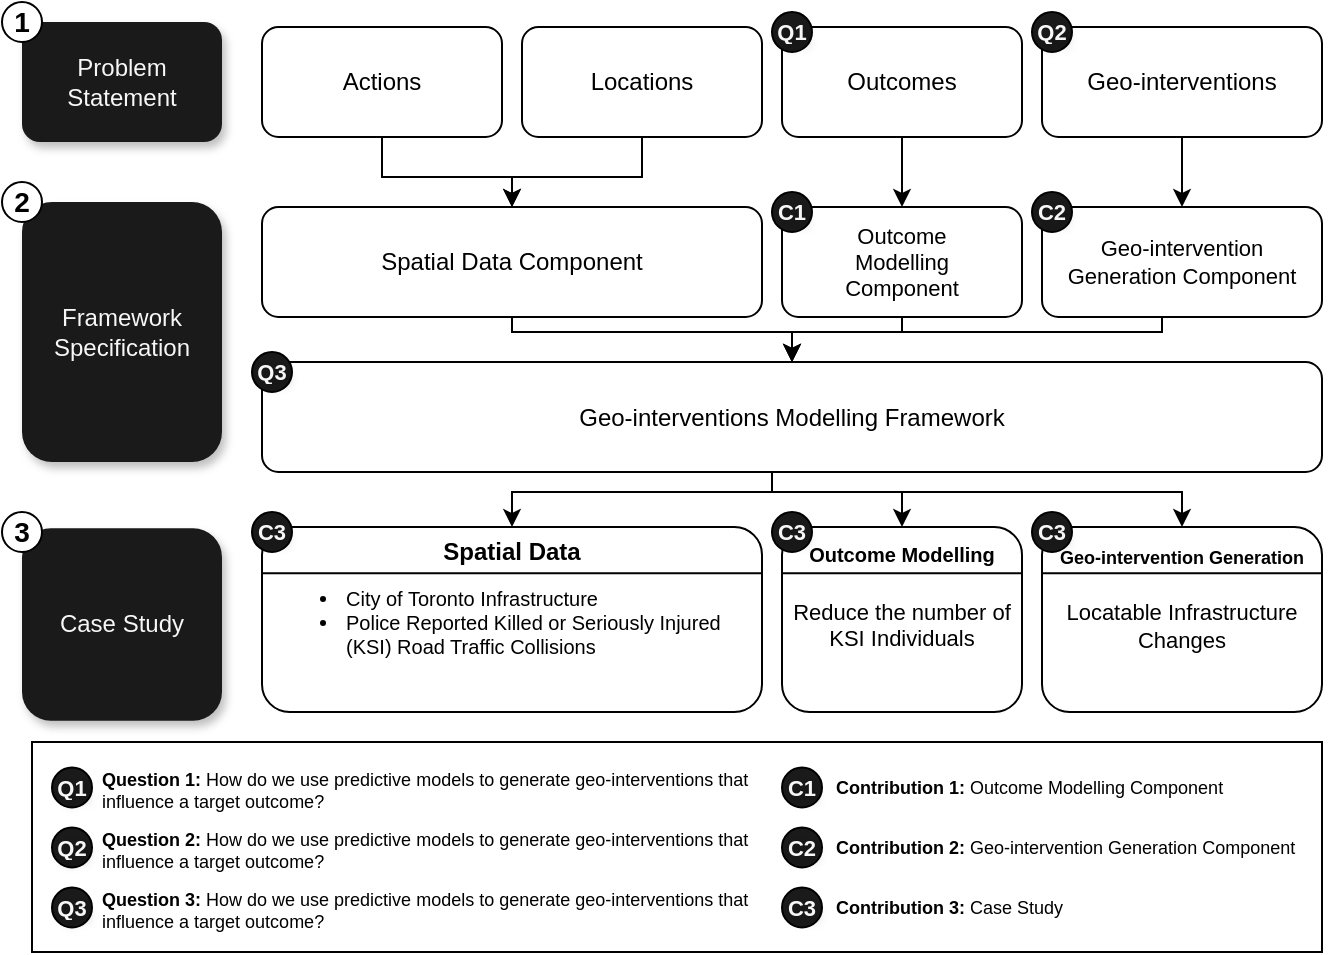
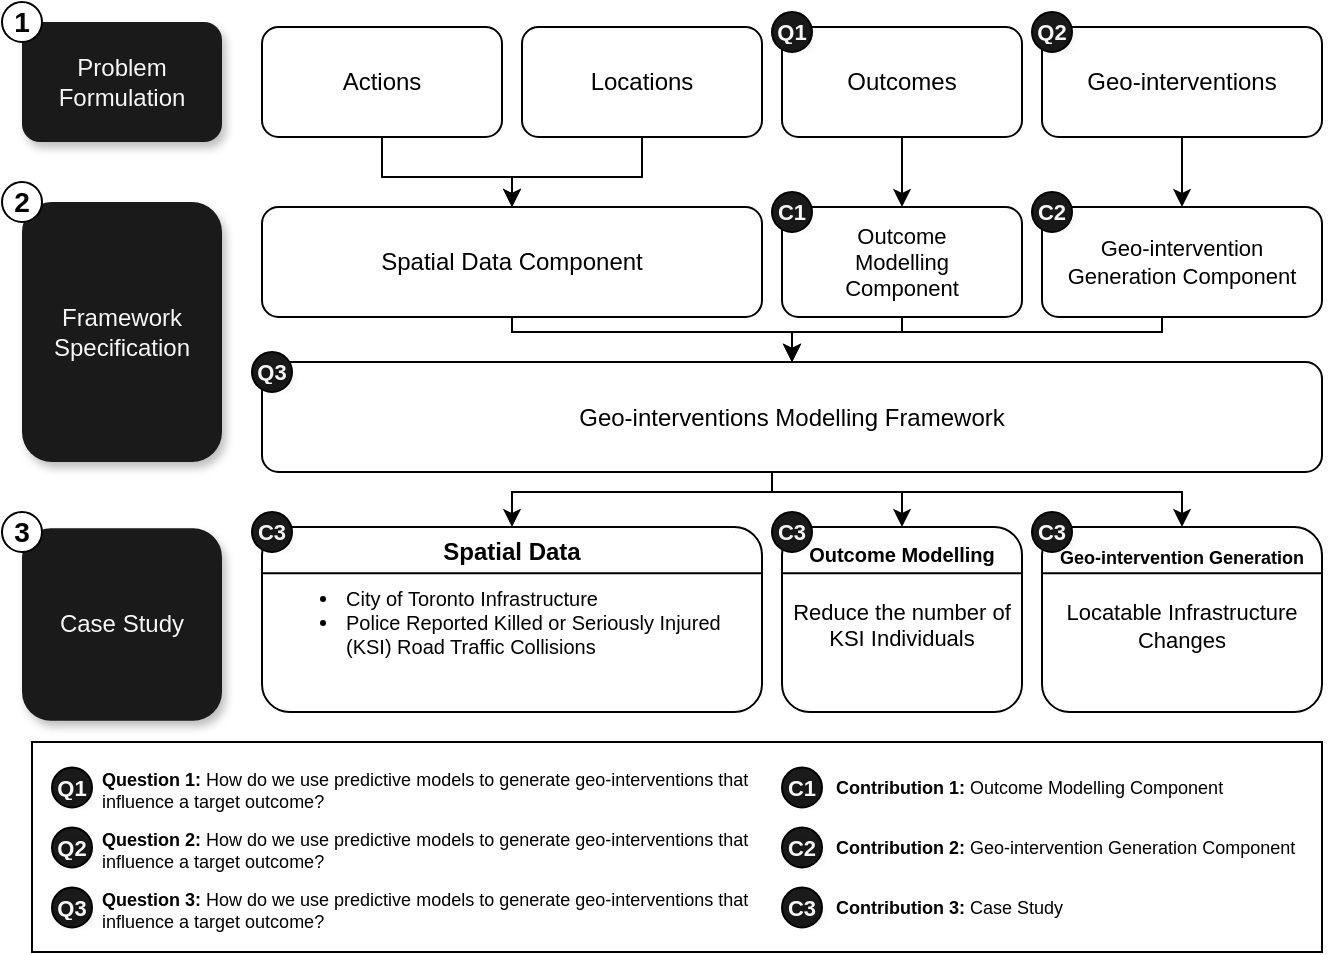
<mxfile host="Electron" agent="Mozilla/5.0 (Macintosh; Intel Mac OS X 10_15_7) AppleWebKit/537.36 (KHTML, like Gecko) draw.io/25.0.2 Chrome/128.0.6613.186 Electron/32.2.5 Safari/537.36" version="25.0.2">
  <diagram name="Page-1" id="0qjr7ZUGg_4bMqxcBNFo">
    <mxGraphModel dx="937" dy="627" grid="1" gridSize="5" guides="1" tooltips="1" connect="1" arrows="1" fold="1" page="1" pageScale="1" pageWidth="700" pageHeight="500" math="0" shadow="0">
      <root>
        <mxCell id="0" />
        <mxCell id="1" parent="0" />
        <mxCell id="xfSVQfPkWPObZ8wr6tTD-67" value="" style="rounded=0;whiteSpace=wrap;html=1;" vertex="1" parent="1">
          <mxGeometry x="32" y="382" width="645" height="105" as="geometry" />
        </mxCell>
-         <mxCell id="xfSVQfPkWPObZ8wr6tTD-12" value="Problem&lt;div&gt;&lt;span style=&quot;background-color: initial;&quot;&gt;Statement&lt;/span&gt;&lt;/div&gt;" style="rounded=1;whiteSpace=wrap;html=1;fillColor=#1A1A1A;strokeColor=none;shadow=1;fontColor=#F7F7F7;" vertex="1" parent="1">
+         <mxCell id="xfSVQfPkWPObZ8wr6tTD-12" value="Problem Formulation" style="rounded=1;whiteSpace=wrap;html=1;fillColor=#1A1A1A;strokeColor=none;shadow=1;fontColor=#F7F7F7;" vertex="1" parent="1">
          <mxGeometry x="27" y="22" width="100" height="60" as="geometry" />
        </mxCell>
        <mxCell id="xfSVQfPkWPObZ8wr6tTD-13" value="Framework Specification" style="rounded=1;whiteSpace=wrap;html=1;fillColor=#1A1A1A;strokeColor=none;shadow=1;fontColor=#F7F7F7;" vertex="1" parent="1">
          <mxGeometry x="27" y="112" width="100" height="130" as="geometry" />
        </mxCell>
        <mxCell id="xfSVQfPkWPObZ8wr6tTD-14" value="Case&amp;nbsp;&lt;span style=&quot;background-color: initial;&quot;&gt;Study&lt;/span&gt;" style="rounded=1;whiteSpace=wrap;html=1;fillColor=#1A1A1A;strokeColor=none;shadow=1;fontColor=#F7F7F7;rotation=0;" vertex="1" parent="1">
          <mxGeometry x="27" y="275.13" width="100" height="96.25" as="geometry" />
        </mxCell>
        <mxCell id="xfSVQfPkWPObZ8wr6tTD-26" style="edgeStyle=orthogonalEdgeStyle;rounded=0;orthogonalLoop=1;jettySize=auto;html=1;entryX=0.5;entryY=0;entryDx=0;entryDy=0;" edge="1" parent="1" source="xfSVQfPkWPObZ8wr6tTD-16" target="xfSVQfPkWPObZ8wr6tTD-21">
          <mxGeometry relative="1" as="geometry" />
        </mxCell>
        <mxCell id="xfSVQfPkWPObZ8wr6tTD-16" value="Actions" style="rounded=1;whiteSpace=wrap;html=1;" vertex="1" parent="1">
          <mxGeometry x="147" y="24.5" width="120" height="55" as="geometry" />
        </mxCell>
        <mxCell id="xfSVQfPkWPObZ8wr6tTD-27" style="edgeStyle=orthogonalEdgeStyle;rounded=0;orthogonalLoop=1;jettySize=auto;html=1;" edge="1" parent="1" source="xfSVQfPkWPObZ8wr6tTD-17" target="xfSVQfPkWPObZ8wr6tTD-21">
          <mxGeometry relative="1" as="geometry" />
        </mxCell>
        <mxCell id="xfSVQfPkWPObZ8wr6tTD-17" value="Locations" style="rounded=1;whiteSpace=wrap;html=1;" vertex="1" parent="1">
          <mxGeometry x="277" y="24.5" width="120" height="55" as="geometry" />
        </mxCell>
        <mxCell id="xfSVQfPkWPObZ8wr6tTD-28" style="edgeStyle=orthogonalEdgeStyle;rounded=0;orthogonalLoop=1;jettySize=auto;html=1;entryX=0.5;entryY=0;entryDx=0;entryDy=0;" edge="1" parent="1" source="xfSVQfPkWPObZ8wr6tTD-18" target="xfSVQfPkWPObZ8wr6tTD-22">
          <mxGeometry relative="1" as="geometry" />
        </mxCell>
        <mxCell id="xfSVQfPkWPObZ8wr6tTD-18" value="Outcomes" style="rounded=1;whiteSpace=wrap;html=1;" vertex="1" parent="1">
          <mxGeometry x="407" y="24.5" width="120" height="55" as="geometry" />
        </mxCell>
        <mxCell id="xfSVQfPkWPObZ8wr6tTD-29" style="edgeStyle=orthogonalEdgeStyle;rounded=0;orthogonalLoop=1;jettySize=auto;html=1;entryX=0.5;entryY=0;entryDx=0;entryDy=0;" edge="1" parent="1" source="xfSVQfPkWPObZ8wr6tTD-19" target="xfSVQfPkWPObZ8wr6tTD-23">
          <mxGeometry relative="1" as="geometry" />
        </mxCell>
        <mxCell id="xfSVQfPkWPObZ8wr6tTD-19" value="Geo-interventions" style="rounded=1;whiteSpace=wrap;html=1;" vertex="1" parent="1">
          <mxGeometry x="537" y="24.5" width="140" height="55" as="geometry" />
        </mxCell>
        <mxCell id="xfSVQfPkWPObZ8wr6tTD-46" style="edgeStyle=orthogonalEdgeStyle;rounded=0;orthogonalLoop=1;jettySize=auto;html=1;entryX=0.5;entryY=0;entryDx=0;entryDy=0;" edge="1" parent="1" source="xfSVQfPkWPObZ8wr6tTD-21" target="xfSVQfPkWPObZ8wr6tTD-41">
          <mxGeometry relative="1" as="geometry">
            <Array as="points">
              <mxPoint x="272" y="177" />
              <mxPoint x="412" y="177" />
            </Array>
          </mxGeometry>
        </mxCell>
        <mxCell id="xfSVQfPkWPObZ8wr6tTD-21" value="Spatial Data Component" style="rounded=1;whiteSpace=wrap;html=1;" vertex="1" parent="1">
          <mxGeometry x="147" y="114.5" width="250" height="55" as="geometry" />
        </mxCell>
        <mxCell id="xfSVQfPkWPObZ8wr6tTD-47" style="edgeStyle=orthogonalEdgeStyle;rounded=0;orthogonalLoop=1;jettySize=auto;html=1;entryX=0.5;entryY=0;entryDx=0;entryDy=0;" edge="1" parent="1" source="xfSVQfPkWPObZ8wr6tTD-22" target="xfSVQfPkWPObZ8wr6tTD-41">
          <mxGeometry relative="1" as="geometry">
            <Array as="points">
              <mxPoint x="467" y="177" />
              <mxPoint x="412" y="177" />
            </Array>
          </mxGeometry>
        </mxCell>
        <mxCell id="xfSVQfPkWPObZ8wr6tTD-22" value="Outcome&lt;div&gt;Modelling&lt;/div&gt;&lt;div&gt;Component&lt;/div&gt;" style="rounded=1;whiteSpace=wrap;html=1;fontSize=11;" vertex="1" parent="1">
          <mxGeometry x="407" y="114.5" width="120" height="55" as="geometry" />
        </mxCell>
        <mxCell id="xfSVQfPkWPObZ8wr6tTD-48" style="edgeStyle=orthogonalEdgeStyle;rounded=0;orthogonalLoop=1;jettySize=auto;html=1;entryX=0.5;entryY=0;entryDx=0;entryDy=0;" edge="1" parent="1" source="xfSVQfPkWPObZ8wr6tTD-23" target="xfSVQfPkWPObZ8wr6tTD-41">
          <mxGeometry relative="1" as="geometry">
            <Array as="points">
              <mxPoint x="597" y="177" />
              <mxPoint x="412" y="177" />
            </Array>
          </mxGeometry>
        </mxCell>
        <mxCell id="xfSVQfPkWPObZ8wr6tTD-23" value="Geo-intervention Generation Component" style="rounded=1;whiteSpace=wrap;html=1;fontSize=11;" vertex="1" parent="1">
          <mxGeometry x="537" y="114.5" width="140" height="55" as="geometry" />
        </mxCell>
        <mxCell id="xfSVQfPkWPObZ8wr6tTD-30" value="&lt;div style=&quot;text-align: center;&quot;&gt;&lt;font style=&quot;font-size: 12px;&quot;&gt;&lt;b&gt;Spatial Data&lt;/b&gt;&lt;/font&gt;&lt;/div&gt;&lt;ul&gt;&lt;li&gt;City of Toronto Infrastructure&lt;/li&gt;&lt;li&gt;Police Reported Killed or Seriously Injured (KSI) Road Traffic Collisions&lt;/li&gt;&lt;/ul&gt;" style="rounded=1;whiteSpace=wrap;html=1;fontSize=10;align=left;spacingRight=2;spacingTop=-12;" vertex="1" parent="1">
          <mxGeometry x="147" y="274.5" width="250" height="92.5" as="geometry" />
        </mxCell>
        <mxCell id="xfSVQfPkWPObZ8wr6tTD-31" value="&lt;div&gt;&lt;font style=&quot;font-size: 10px;&quot;&gt;&lt;b style=&quot;&quot;&gt;Outcome&amp;nbsp;&lt;/b&gt;&lt;b style=&quot;background-color: initial; line-height: 210%;&quot;&gt;Modelling&lt;/b&gt;&lt;/font&gt;&lt;/div&gt;&lt;font style=&quot;&quot;&gt;&lt;div style=&quot;font-size: 10px;&quot;&gt;&lt;br&gt;&lt;/div&gt;&lt;div style=&quot;font-size: 10px;&quot;&gt;&lt;span style=&quot;font-size: 11px; background-color: initial;&quot;&gt;Reduce the number of KSI Individuals&lt;/span&gt;&lt;br&gt;&lt;/div&gt;&lt;/font&gt;" style="rounded=1;whiteSpace=wrap;html=1;verticalAlign=top;spacingTop=-4;" vertex="1" parent="1">
          <mxGeometry x="407" y="274.5" width="120" height="92.5" as="geometry" />
        </mxCell>
        <mxCell id="xfSVQfPkWPObZ8wr6tTD-33" value="&lt;div&gt;&lt;font style=&quot;font-size: 9px;&quot;&gt;&lt;b style=&quot;&quot;&gt;&lt;font style=&quot;line-height: 180%;&quot;&gt;Geo-intervention&amp;nbsp;&lt;/font&gt;&lt;/b&gt;&lt;b style=&quot;background-color: initial;&quot;&gt;&lt;font style=&quot;&quot;&gt;Generation&lt;/font&gt;&lt;/b&gt;&lt;/font&gt;&lt;/div&gt;&lt;font style=&quot;font-size: 11px;&quot;&gt;&lt;div&gt;&lt;br&gt;&lt;/div&gt;&lt;div&gt;&lt;span style=&quot;background-color: initial;&quot;&gt;Locatable Infrastructure Changes&lt;/span&gt;&lt;br&gt;&lt;/div&gt;&lt;/font&gt;" style="rounded=1;whiteSpace=wrap;html=1;verticalAlign=top;spacingTop=0;" vertex="1" parent="1">
          <mxGeometry x="537" y="274.5" width="140" height="92.5" as="geometry" />
        </mxCell>
        <mxCell id="xfSVQfPkWPObZ8wr6tTD-38" value="1" style="ellipse;whiteSpace=wrap;html=1;aspect=fixed;fontStyle=1;fontSize=14;strokeWidth=1;" vertex="1" parent="1">
          <mxGeometry x="17" y="12" width="20" height="20" as="geometry" />
        </mxCell>
        <mxCell id="xfSVQfPkWPObZ8wr6tTD-39" value="2" style="ellipse;whiteSpace=wrap;html=1;aspect=fixed;fontStyle=1;fontSize=14;strokeWidth=1;" vertex="1" parent="1">
          <mxGeometry x="17" y="102" width="20" height="20" as="geometry" />
        </mxCell>
        <mxCell id="xfSVQfPkWPObZ8wr6tTD-40" value="3" style="ellipse;whiteSpace=wrap;html=1;aspect=fixed;fontStyle=1;fontSize=14;strokeWidth=1;" vertex="1" parent="1">
          <mxGeometry x="17" y="267" width="20" height="20" as="geometry" />
        </mxCell>
        <mxCell id="xfSVQfPkWPObZ8wr6tTD-49" style="edgeStyle=orthogonalEdgeStyle;rounded=0;orthogonalLoop=1;jettySize=auto;html=1;entryX=0.5;entryY=0;entryDx=0;entryDy=0;" edge="1" parent="1" source="xfSVQfPkWPObZ8wr6tTD-41" target="xfSVQfPkWPObZ8wr6tTD-30">
          <mxGeometry relative="1" as="geometry">
            <Array as="points">
              <mxPoint x="402" y="257" />
              <mxPoint x="272" y="257" />
            </Array>
          </mxGeometry>
        </mxCell>
        <mxCell id="xfSVQfPkWPObZ8wr6tTD-50" style="edgeStyle=orthogonalEdgeStyle;rounded=0;orthogonalLoop=1;jettySize=auto;html=1;entryX=0.5;entryY=0;entryDx=0;entryDy=0;" edge="1" parent="1" source="xfSVQfPkWPObZ8wr6tTD-41" target="xfSVQfPkWPObZ8wr6tTD-31">
          <mxGeometry relative="1" as="geometry">
            <Array as="points">
              <mxPoint x="402" y="257" />
              <mxPoint x="467" y="257" />
            </Array>
          </mxGeometry>
        </mxCell>
        <mxCell id="xfSVQfPkWPObZ8wr6tTD-51" style="edgeStyle=orthogonalEdgeStyle;rounded=0;orthogonalLoop=1;jettySize=auto;html=1;entryX=0.5;entryY=0;entryDx=0;entryDy=0;" edge="1" parent="1" source="xfSVQfPkWPObZ8wr6tTD-41" target="xfSVQfPkWPObZ8wr6tTD-33">
          <mxGeometry relative="1" as="geometry">
            <mxPoint x="642" y="257" as="targetPoint" />
            <Array as="points">
              <mxPoint x="402" y="257" />
              <mxPoint x="607" y="257" />
            </Array>
          </mxGeometry>
        </mxCell>
        <mxCell id="xfSVQfPkWPObZ8wr6tTD-41" value="Geo-interventions Modelling Framework" style="rounded=1;whiteSpace=wrap;html=1;" vertex="1" parent="1">
          <mxGeometry x="147" y="192" width="530" height="55" as="geometry" />
        </mxCell>
        <mxCell id="xfSVQfPkWPObZ8wr6tTD-52" value="" style="endArrow=none;html=1;rounded=0;exitX=0;exitY=0.25;exitDx=0;exitDy=0;entryX=1;entryY=0.25;entryDx=0;entryDy=0;" edge="1" parent="1" source="xfSVQfPkWPObZ8wr6tTD-30" target="xfSVQfPkWPObZ8wr6tTD-30">
          <mxGeometry width="50" height="50" relative="1" as="geometry">
            <mxPoint x="297" y="282" as="sourcePoint" />
            <mxPoint x="347" y="232" as="targetPoint" />
          </mxGeometry>
        </mxCell>
        <mxCell id="xfSVQfPkWPObZ8wr6tTD-53" value="" style="endArrow=none;html=1;rounded=0;exitX=0;exitY=0.25;exitDx=0;exitDy=0;entryX=1;entryY=0.25;entryDx=0;entryDy=0;" edge="1" parent="1" source="xfSVQfPkWPObZ8wr6tTD-31" target="xfSVQfPkWPObZ8wr6tTD-31">
          <mxGeometry width="50" height="50" relative="1" as="geometry">
            <mxPoint x="152" y="304" as="sourcePoint" />
            <mxPoint x="402" y="304" as="targetPoint" />
          </mxGeometry>
        </mxCell>
        <mxCell id="xfSVQfPkWPObZ8wr6tTD-54" value="" style="endArrow=none;html=1;rounded=0;exitX=0;exitY=0.25;exitDx=0;exitDy=0;entryX=1;entryY=0.25;entryDx=0;entryDy=0;" edge="1" parent="1" source="xfSVQfPkWPObZ8wr6tTD-33" target="xfSVQfPkWPObZ8wr6tTD-33">
          <mxGeometry width="50" height="50" relative="1" as="geometry">
            <mxPoint x="412" y="304" as="sourcePoint" />
            <mxPoint x="532" y="304" as="targetPoint" />
          </mxGeometry>
        </mxCell>
        <mxCell id="xfSVQfPkWPObZ8wr6tTD-57" value="Q1" style="ellipse;whiteSpace=wrap;html=1;aspect=fixed;fontStyle=1;fontSize=11;strokeWidth=1;fillColor=#1A1A1A;fontColor=#F7F7F7;textShadow=1;" vertex="1" parent="1">
          <mxGeometry x="402" y="17" width="20" height="20" as="geometry" />
        </mxCell>
        <mxCell id="xfSVQfPkWPObZ8wr6tTD-58" value="C1" style="ellipse;whiteSpace=wrap;html=1;aspect=fixed;fontStyle=1;fontSize=11;strokeWidth=1;fillColor=#1A1A1A;fontColor=#F7F7F7;textShadow=1;" vertex="1" parent="1">
          <mxGeometry x="402" y="107" width="20" height="20" as="geometry" />
        </mxCell>
        <mxCell id="xfSVQfPkWPObZ8wr6tTD-59" value="C2" style="ellipse;whiteSpace=wrap;html=1;aspect=fixed;fontStyle=1;fontSize=11;strokeWidth=1;fillColor=#1A1A1A;fontColor=#F7F7F7;textShadow=1;" vertex="1" parent="1">
          <mxGeometry x="532" y="107" width="20" height="20" as="geometry" />
        </mxCell>
        <mxCell id="xfSVQfPkWPObZ8wr6tTD-60" value="Q2" style="ellipse;whiteSpace=wrap;html=1;aspect=fixed;fontStyle=1;fontSize=11;strokeWidth=1;fillColor=#1A1A1A;fontColor=#F7F7F7;textShadow=1;" vertex="1" parent="1">
          <mxGeometry x="532" y="17" width="20" height="20" as="geometry" />
        </mxCell>
        <mxCell id="xfSVQfPkWPObZ8wr6tTD-61" value="C3" style="ellipse;whiteSpace=wrap;html=1;aspect=fixed;fontStyle=1;fontSize=11;strokeWidth=1;fillColor=#1A1A1A;fontColor=#F7F7F7;textShadow=1;" vertex="1" parent="1">
          <mxGeometry x="142" y="267" width="20" height="20" as="geometry" />
        </mxCell>
        <mxCell id="xfSVQfPkWPObZ8wr6tTD-62" value="C3" style="ellipse;whiteSpace=wrap;html=1;aspect=fixed;fontStyle=1;fontSize=11;strokeWidth=1;fillColor=#1A1A1A;fontColor=#F7F7F7;textShadow=1;" vertex="1" parent="1">
          <mxGeometry x="402" y="267" width="20" height="20" as="geometry" />
        </mxCell>
        <mxCell id="xfSVQfPkWPObZ8wr6tTD-63" value="C3" style="ellipse;whiteSpace=wrap;html=1;aspect=fixed;fontStyle=1;fontSize=11;strokeWidth=1;fillColor=#1A1A1A;fontColor=#F7F7F7;textShadow=1;" vertex="1" parent="1">
          <mxGeometry x="532" y="267" width="20" height="20" as="geometry" />
        </mxCell>
        <mxCell id="xfSVQfPkWPObZ8wr6tTD-64" value="Q3" style="ellipse;whiteSpace=wrap;html=1;aspect=fixed;fontStyle=1;fontSize=11;strokeWidth=1;fillColor=#1A1A1A;fontColor=#F7F7F7;textShadow=1;" vertex="1" parent="1">
          <mxGeometry x="142" y="187" width="20" height="20" as="geometry" />
        </mxCell>
        <mxCell id="xfSVQfPkWPObZ8wr6tTD-65" value="Q1" style="ellipse;whiteSpace=wrap;html=1;aspect=fixed;fontStyle=1;fontSize=11;strokeWidth=1;fillColor=#1A1A1A;fontColor=#F7F7F7;textShadow=1;" vertex="1" parent="1">
          <mxGeometry x="42" y="394.75" width="20" height="20" as="geometry" />
        </mxCell>
        <mxCell id="xfSVQfPkWPObZ8wr6tTD-66" value="&lt;b&gt;Question 1:&lt;/b&gt;&amp;nbsp;How do we use predictive models to generate geo-interventions that influence a target outcome?" style="text;align=left;verticalAlign=middle;rounded=0;fontSize=9;spacingLeft=10;spacing=0;whiteSpace=wrap;html=1;" vertex="1" parent="1">
          <mxGeometry x="57" y="392" width="345" height="27.5" as="geometry" />
        </mxCell>
        <mxCell id="xfSVQfPkWPObZ8wr6tTD-68" value="Q2" style="ellipse;whiteSpace=wrap;html=1;aspect=fixed;fontStyle=1;fontSize=11;strokeWidth=1;fillColor=#1A1A1A;fontColor=#F7F7F7;textShadow=1;" vertex="1" parent="1">
          <mxGeometry x="42" y="424.75" width="20" height="20" as="geometry" />
        </mxCell>
        <mxCell id="xfSVQfPkWPObZ8wr6tTD-70" value="Q3" style="ellipse;whiteSpace=wrap;html=1;aspect=fixed;fontStyle=1;fontSize=11;strokeWidth=1;fillColor=#1A1A1A;fontColor=#F7F7F7;textShadow=1;" vertex="1" parent="1">
          <mxGeometry x="42" y="454.75" width="20" height="20" as="geometry" />
        </mxCell>
        <mxCell id="xfSVQfPkWPObZ8wr6tTD-72" value="C1" style="ellipse;whiteSpace=wrap;html=1;aspect=fixed;fontStyle=1;fontSize=11;strokeWidth=1;fillColor=#1A1A1A;fontColor=#F7F7F7;textShadow=1;" vertex="1" parent="1">
          <mxGeometry x="407" y="394.75" width="20" height="20" as="geometry" />
        </mxCell>
        <mxCell id="xfSVQfPkWPObZ8wr6tTD-73" value="&lt;b&gt;Contribution 1:&lt;/b&gt; Outcome Modelling Component" style="text;html=1;align=left;verticalAlign=middle;whiteSpace=wrap;rounded=0;fontSize=9;spacingLeft=10;" vertex="1" parent="1">
          <mxGeometry x="422" y="397.25" width="255" height="15" as="geometry" />
        </mxCell>
        <mxCell id="xfSVQfPkWPObZ8wr6tTD-74" value="C2" style="ellipse;whiteSpace=wrap;html=1;aspect=fixed;fontStyle=1;fontSize=11;strokeWidth=1;fillColor=#1A1A1A;fontColor=#F7F7F7;textShadow=1;" vertex="1" parent="1">
          <mxGeometry x="407" y="424.75" width="20" height="20" as="geometry" />
        </mxCell>
        <mxCell id="xfSVQfPkWPObZ8wr6tTD-75" value="&lt;b&gt;Contribution 2:&lt;/b&gt; Geo-intervention Generation Component" style="text;html=1;align=left;verticalAlign=middle;whiteSpace=wrap;rounded=0;fontSize=9;spacingLeft=10;" vertex="1" parent="1">
          <mxGeometry x="422" y="427.25" width="260" height="15" as="geometry" />
        </mxCell>
        <mxCell id="xfSVQfPkWPObZ8wr6tTD-76" value="C3" style="ellipse;whiteSpace=wrap;html=1;aspect=fixed;fontStyle=1;fontSize=11;strokeWidth=1;fillColor=#1A1A1A;fontColor=#F7F7F7;textShadow=1;" vertex="1" parent="1">
          <mxGeometry x="407" y="454.75" width="20" height="20" as="geometry" />
        </mxCell>
        <mxCell id="xfSVQfPkWPObZ8wr6tTD-77" value="&lt;b&gt;Contribution 3:&lt;/b&gt; Case Study" style="text;html=1;align=left;verticalAlign=middle;whiteSpace=wrap;rounded=0;fontSize=9;spacingLeft=10;" vertex="1" parent="1">
          <mxGeometry x="422" y="457.25" width="245" height="15" as="geometry" />
        </mxCell>
        <mxCell id="xfSVQfPkWPObZ8wr6tTD-78" value="&lt;b&gt;Question 2:&lt;/b&gt;&amp;nbsp;How do we use predictive models to generate geo-interventions that influence a target outcome?" style="text;align=left;verticalAlign=middle;rounded=0;fontSize=9;spacingLeft=10;spacing=0;whiteSpace=wrap;html=1;" vertex="1" parent="1">
          <mxGeometry x="57" y="422" width="345" height="27.5" as="geometry" />
        </mxCell>
        <mxCell id="xfSVQfPkWPObZ8wr6tTD-79" value="&lt;b&gt;Question 3:&lt;/b&gt;&amp;nbsp;How do we use predictive models to generate geo-interventions that influence a target outcome?" style="text;align=left;verticalAlign=middle;rounded=0;fontSize=9;spacingLeft=10;spacing=0;whiteSpace=wrap;html=1;" vertex="1" parent="1">
          <mxGeometry x="57" y="452" width="345" height="27.5" as="geometry" />
        </mxCell>
      </root>
    </mxGraphModel>
  </diagram>
</mxfile>
